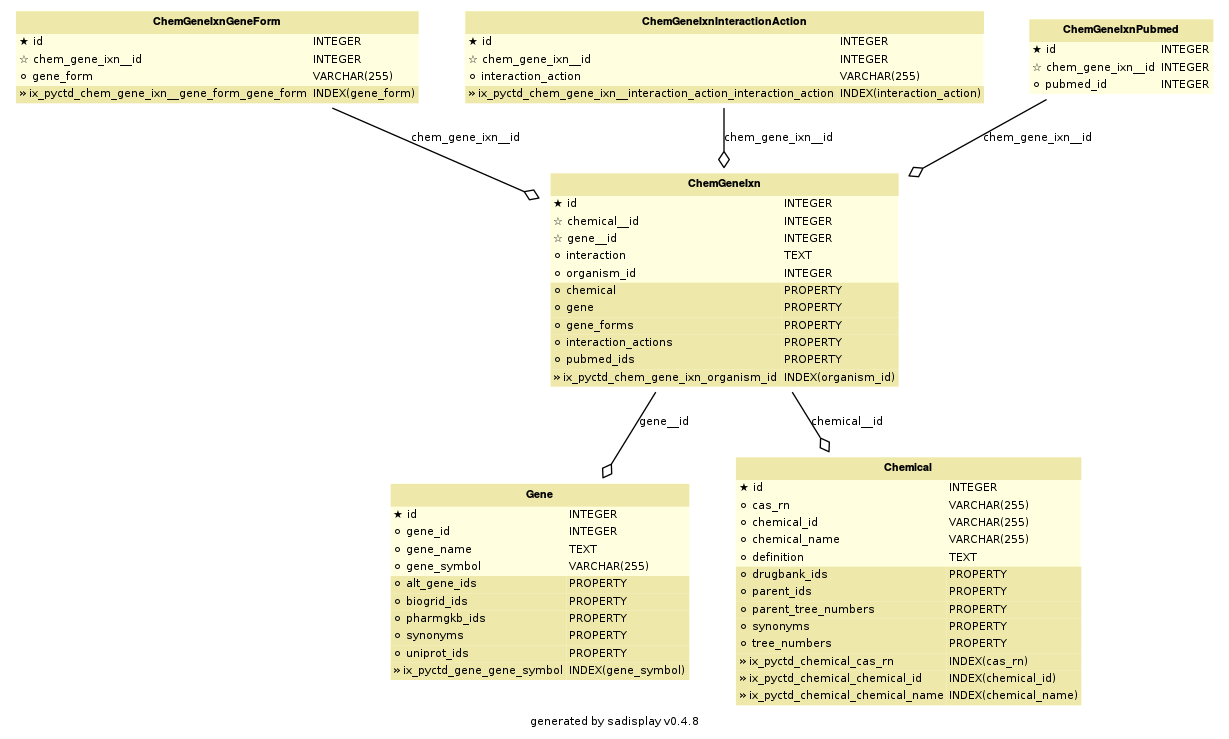
Before: docs/source/_static/models/chemGeneIxn.png, a diagram exported from Graphviz (cebel/pyctd). Its source is kept beside it as docs/source/_static/models/chemGeneIxn.dot.
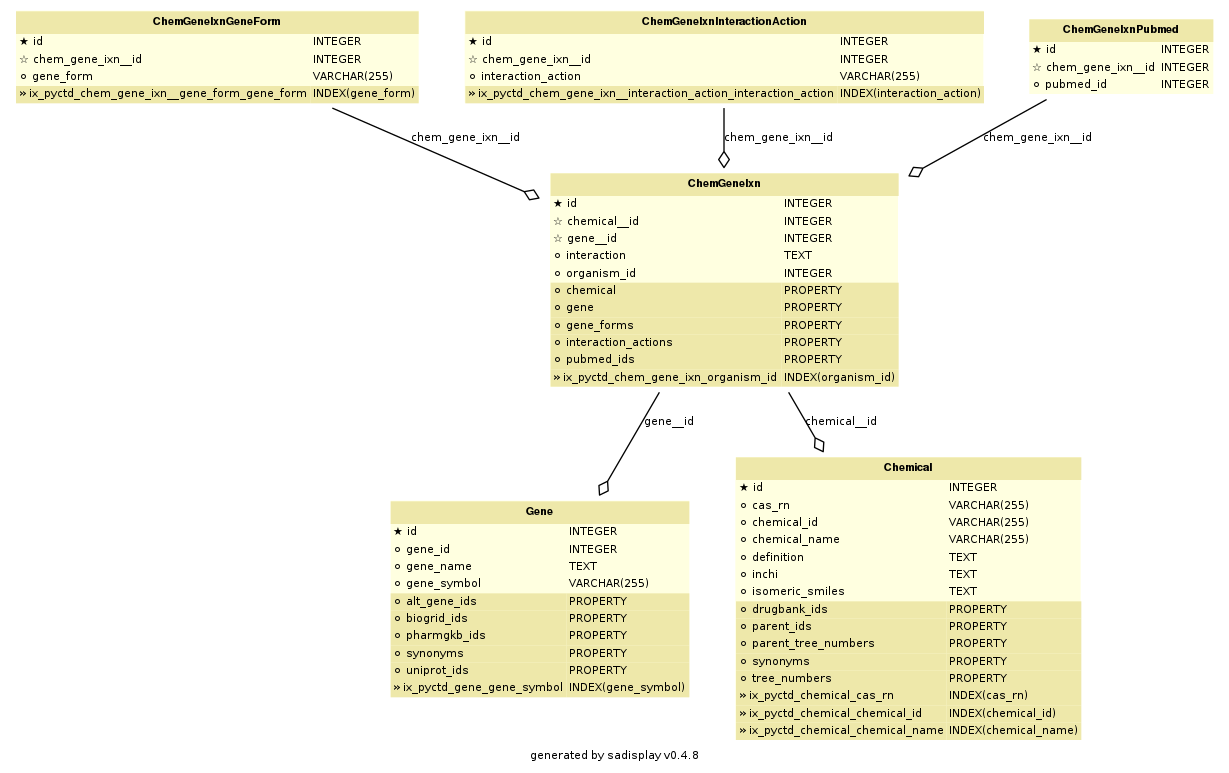
The same file after the commit.

The edit, as a diff of the source:
```diff
@@ -238,6 +238,14 @@
         ><FONT FACE="Bitstream Vera Sans">⚪ definition</FONT
         ></TD><TD ALIGN="LEFT"
         ><FONT FACE="Bitstream Vera Sans">TEXT</FONT
+        ></TD></TR> <TR><TD ALIGN="LEFT" BORDER="0"
+        ><FONT FACE="Bitstream Vera Sans">⚪ inchi</FONT
+        ></TD><TD ALIGN="LEFT"
+        ><FONT FACE="Bitstream Vera Sans">TEXT</FONT
+        ></TD></TR> <TR><TD ALIGN="LEFT" BORDER="0"
+        ><FONT FACE="Bitstream Vera Sans">⚪ isomeric_smiles</FONT
+        ></TD><TD ALIGN="LEFT"
+        ><FONT FACE="Bitstream Vera Sans">TEXT</FONT
         ></TD></TR><TR><TD ALIGN="LEFT" BORDER="0"
         BGCOLOR="palegoldenrod"
         ><FONT FACE="Bitstream Vera Sans">⚪ drugbank_ids</FONT></TD
```
